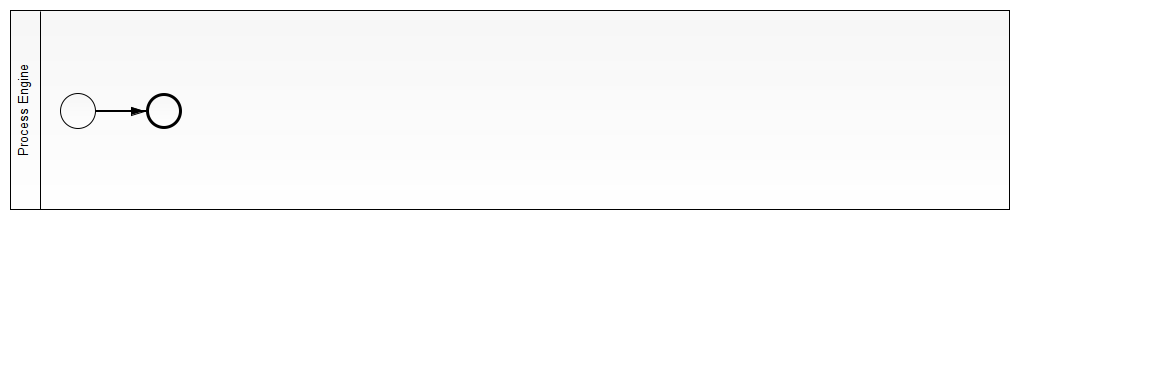
The BPMN diagram camunda-archetype-servlet-war/src/main/resources/archetype-resources/src/main/resources/process.png in camunda/camunda-archetypes, before a commit. Its source is kept beside it as camunda-archetype-servlet-war/src/main/resources/archetype-resources/src/main/resources/process.bpmn. Ids are renumbered.
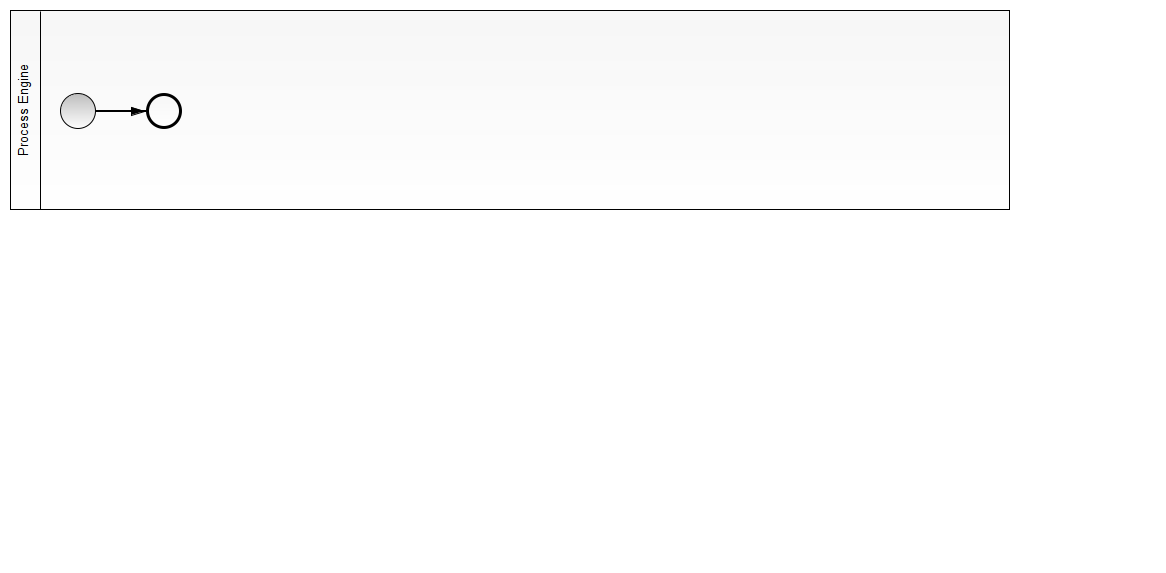
The same diagram one commit later.

Commit message:
Added HTML5 forms and further improved Servlet archetype

What changed in the source:
```diff
@@ -1,9 +1,9 @@
-<bpmn2:definitions xmlns:xsi="http://www.w3.org/2001/XMLSchema-instance" xmlns:bpmn2="http://www.omg.org/spec/BPMN/20100524/MODEL" xmlns:bpmndi="http://www.omg.org/spec/BPMN/20100524/DI" xmlns:dc="http://www.omg.org/spec/DD/20100524/DC" xmlns:di="http://www.omg.org/spec/DD/20100524/DI" xsi:schemaLocation="http://www.omg.org/spec/BPMN/20100524/MODEL BPMN20.xsd" id="Definitions_1" targetNamespace="http://activiti.org/bpmn">
+<bpmn2:definitions xmlns:xsi="http://www.w3.org/2001/XMLSchema-instance" xmlns:activiti="http://activiti.org/bpmn" xmlns:bpmn2="http://www.omg.org/spec/BPMN/20100524/MODEL" xmlns:bpmndi="http://www.omg.org/spec/BPMN/20100524/DI" xmlns:dc="http://www.omg.org/spec/DD/20100524/DC" xmlns:di="http://www.omg.org/spec/DD/20100524/DI" xsi:schemaLocation="http://www.omg.org/spec/BPMN/20100524/MODEL BPMN20.xsd" id="Definitions_1" targetNamespace="http://activiti.org/bpmn">
   <bpmn2:collaboration id="Collaboration_1" name="Default Collaboration">
     <bpmn2:participant id="Process_Engine" name="Process Engine" processRef="${artifactId}"/>
   </bpmn2:collaboration>
   <bpmn2:process id="${artifactId}" name="${artifactId}" isExecutable="true">
-    <bpmn2:startEvent id="StartEvent_1">
+    <bpmn2:startEvent id="StartEvent_1" activiti:formKey="embedded:app:forms/start-form.html">
       <bpmn2:outgoing>SequenceFlow_1</bpmn2:outgoing>
     </bpmn2:startEvent>
     <bpmn2:endEvent id="EndEvent_1">
```
